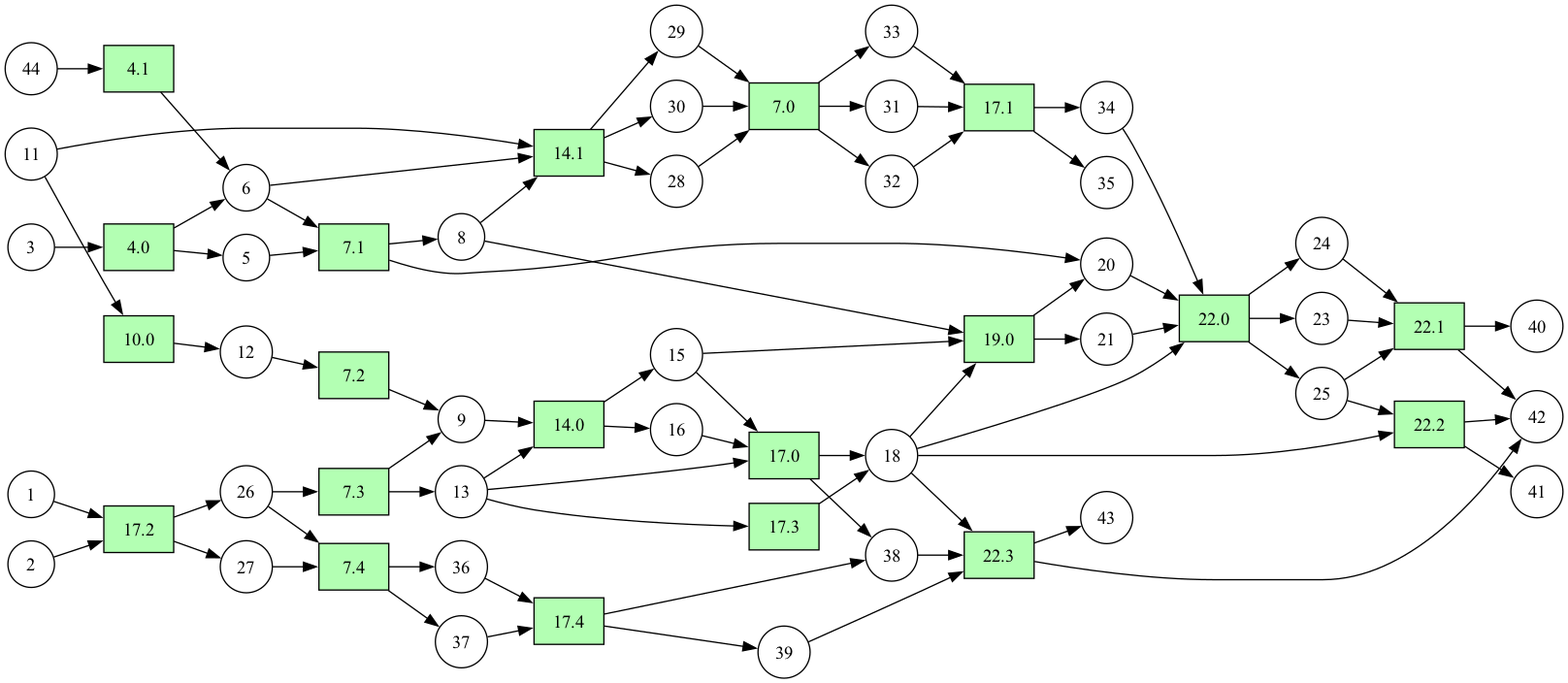
ebloc/AutonomousSoftwareOrg keeps this Graphviz diagram as graph/original.png. Above is the earlier version. Its source is kept beside it as graph/original.gv.
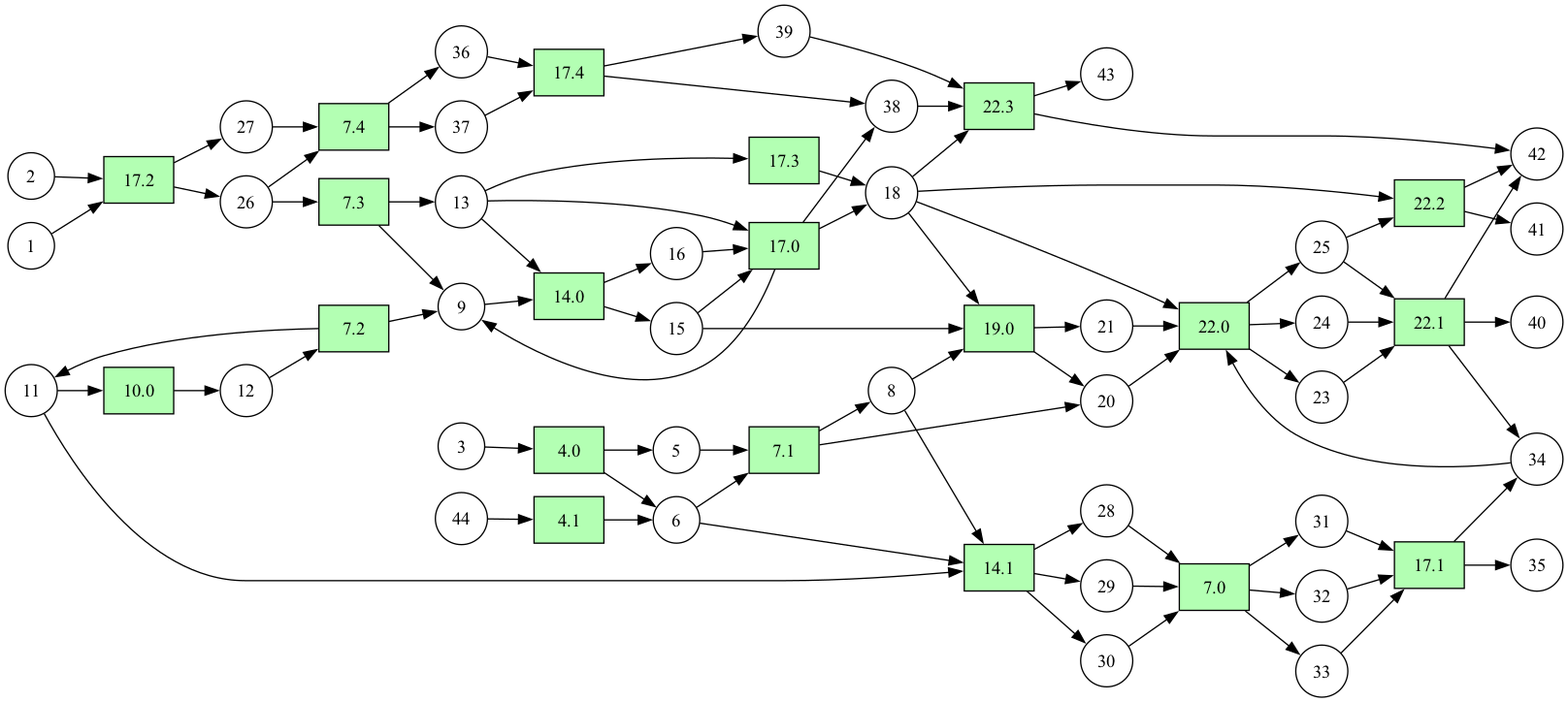
The same diagram one commit later.

The edit, as a diff of the source:
```diff
@@ -140,4 +140,7 @@
     44->4.1
     13->17.3
     22.1->42
+    17.0->9
+    7.2->11
+    22.1->34
 }
```
